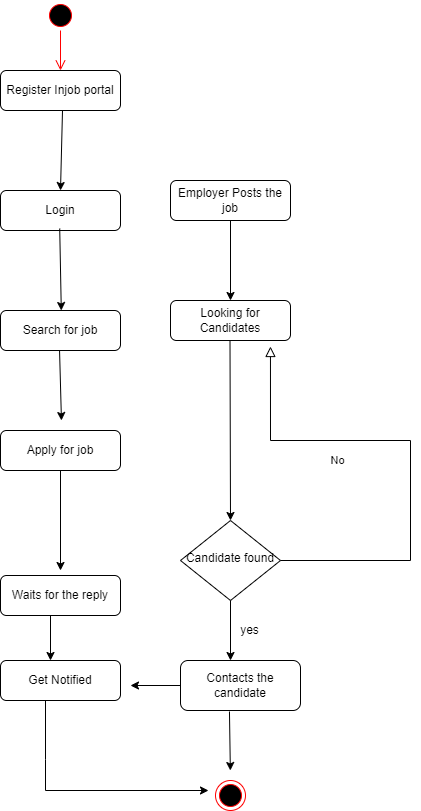
Above: Day9/Object models/Activitydiagram1.drawio.png in neethupauly/ust-prograd-training (draw.io), before the change. Source tidied: cells renumbered, new cells last; positions are measured from the earlier drawing's top-left corner, leaving out a move shared by most shapes.
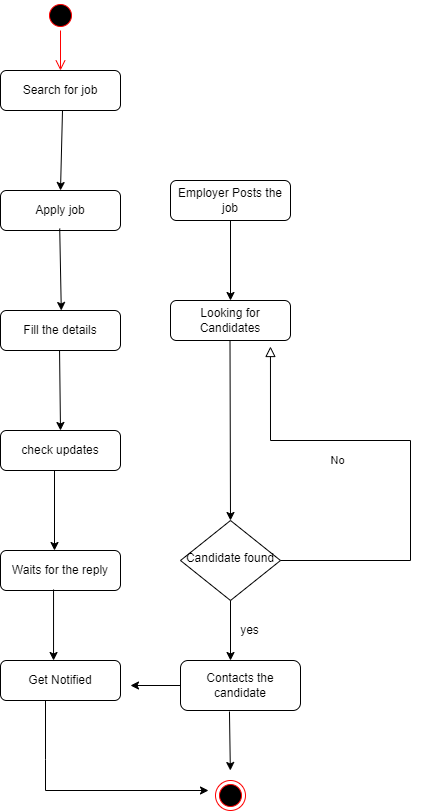
The same diagram one commit later.

Change to the diagram source:
```diff
@@ -2,7 +2,7 @@
   <root>
     <mxCell id="0" />
     <mxCell id="1" parent="0" />
-    <mxCell id="2" value="Register Injob portal" style="rounded=1;whiteSpace=wrap;html=1;fontSize=12;glass=0;strokeWidth=1;shadow=0;" parent="1" vertex="1">
+    <mxCell id="2" value="Search for job" style="rounded=1;whiteSpace=wrap;html=1;fontSize=12;glass=0;strokeWidth=1;shadow=0;" parent="1" vertex="1">
       <mxGeometry y="70" width="120" height="40" as="geometry" />
     </mxCell>
     <mxCell id="3" value="Employer Posts the job" style="rounded=1;whiteSpace=wrap;html=1;fontSize=12;glass=0;strokeWidth=1;shadow=0;" parent="1" vertex="1">
@@ -11,13 +11,13 @@
     <mxCell id="4" value="Candidate found" style="rhombus;whiteSpace=wrap;html=1;shadow=0;fontFamily=Helvetica;fontSize=12;align=center;strokeWidth=1;spacing=6;spacingTop=-4;" parent="1" vertex="1">
       <mxGeometry x="180" y="520" width="100" height="80" as="geometry" />
     </mxCell>
-    <mxCell id="5" value="Apply for job" style="rounded=1;whiteSpace=wrap;html=1;fontSize=12;glass=0;strokeWidth=1;shadow=0;" parent="1" vertex="1">
+    <mxCell id="5" value="check updates" style="rounded=1;whiteSpace=wrap;html=1;fontSize=12;glass=0;strokeWidth=1;shadow=0;" parent="1" vertex="1">
       <mxGeometry y="430" width="120" height="40" as="geometry" />
     </mxCell>
     <mxCell id="6" value="Looking for Candidates" style="rounded=1;whiteSpace=wrap;html=1;fontSize=12;glass=0;strokeWidth=1;shadow=0;" parent="1" vertex="1">
       <mxGeometry x="170" y="300" width="120" height="40" as="geometry" />
     </mxCell>
-    <mxCell id="7" value="Login" style="rounded=1;whiteSpace=wrap;html=1;fontSize=12;glass=0;strokeWidth=1;shadow=0;" parent="1" vertex="1">
+    <mxCell id="7" value="Apply job" style="rounded=1;whiteSpace=wrap;html=1;fontSize=12;glass=0;strokeWidth=1;shadow=0;" parent="1" vertex="1">
       <mxGeometry y="190" width="120" height="40" as="geometry" />
     </mxCell>
     <mxCell id="8" style="endArrow=classic;html=1;rounded=0;entryX=0.5;entryY=0;entryDx=0;entryDy=0;" parent="1" edge="1" target="7">
@@ -31,10 +31,9 @@
         <mxPoint x="60.8" y="310" as="targetPoint" />
       </mxGeometry>
     </mxCell>
-    <mxCell id="10" style="endArrow=classic;html=1;rounded=0;" parent="1" edge="1">
+    <mxCell id="10" style="endArrow=classic;html=1;rounded=0;entryX=0.5;entryY=0;entryDx=0;entryDy=0;" parent="1" edge="1" target="5">
       <mxGeometry relative="1" as="geometry">
         <mxPoint x="59.1" y="350" as="sourcePoint" />
-        <mxPoint x="60.9" y="420" as="targetPoint" />
       </mxGeometry>
     </mxCell>
     <mxCell id="11" style="endArrow=classic;html=1;rounded=0;exitX=0.5;exitY=1;exitDx=0;exitDy=0;" parent="1" edge="1" source="3">
@@ -82,11 +81,11 @@
       </mxGeometry>
     </mxCell>
     <mxCell id="20" value="Waits for the reply" style="rounded=1;whiteSpace=wrap;html=1;fontSize=12;glass=0;strokeWidth=1;shadow=0;" parent="1" vertex="1">
-      <mxGeometry y="575" width="120" height="40" as="geometry" />
+      <mxGeometry y="550" width="120" height="40" as="geometry" />
     </mxCell>
-    <mxCell id="21" style="endArrow=classic;html=1;rounded=0;exitX=0.5;exitY=1;exitDx=0;exitDy=0;" parent="1" edge="1" source="5">
+    <mxCell id="21" style="endArrow=classic;html=1;rounded=0;exitX=0.45;exitY=1;exitDx=0;exitDy=0;exitPerimeter=0;" parent="1" edge="1" source="5">
       <mxGeometry relative="1" as="geometry">
-        <mxPoint x="60" y="570" as="targetPoint" />
+        <mxPoint x="54" y="550" as="targetPoint" />
       </mxGeometry>
     </mxCell>
     <mxCell id="22" style="endArrow=classic;html=1;rounded=0;exitX=0.408;exitY=1.02;exitDx=0;exitDy=0;exitPerimeter=0;entryX=0.06;entryY=1;entryDx=0;entryDy=0;entryPerimeter=0;" parent="1" edge="1">
@@ -99,7 +98,7 @@
         </Array>
       </mxGeometry>
     </mxCell>
-    <mxCell id="23" value="Search for job" style="rounded=1;whiteSpace=wrap;html=1;fontSize=12;glass=0;strokeWidth=1;shadow=0;" parent="1" vertex="1">
+    <mxCell id="23" value="Fill the details" style="rounded=1;whiteSpace=wrap;html=1;fontSize=12;glass=0;strokeWidth=1;shadow=0;" parent="1" vertex="1">
       <mxGeometry y="310" width="120" height="40" as="geometry" />
     </mxCell>
     <mxCell id="24" style="ellipse;html=1;shape=startState;fillColor=#000000;strokeColor=#ff0000;" parent="1" vertex="1">
@@ -108,11 +107,8 @@
     <mxCell id="25" style="edgeStyle=orthogonalEdgeStyle;html=1;verticalAlign=bottom;endArrow=open;endSize=8;strokeColor=#ff0000;rounded=0;entryX=0.5;entryY=0;entryDx=0;entryDy=0;" parent="1" edge="1" source="24" target="2">
       <mxGeometry relative="1" as="geometry" />
     </mxCell>
-    <mxCell id="26" style="endArrow=classic;html=1;rounded=0;" parent="1" edge="1">
-      <mxGeometry relative="1" as="geometry">
-        <mxPoint x="50" y="615" as="sourcePoint" />
-        <mxPoint x="50" y="660" as="targetPoint" />
-      </mxGeometry>
+    <mxCell id="26" style="endArrow=classic;html=1;rounded=0;entryX=0.442;entryY=0;entryDx=0;entryDy=0;exitX=0.442;exitY=0.975;exitDx=0;exitDy=0;exitPerimeter=0;entryPerimeter=0;" parent="1" edge="1" source="20" target="18">
+      <mxGeometry relative="1" as="geometry" />
     </mxCell>
     <mxCell id="27" style="ellipse;html=1;shape=endState;fillColor=#000000;strokeColor=#ff0000;" parent="1" vertex="1">
       <mxGeometry x="215" y="780" width="30" height="30" as="geometry" />
```
